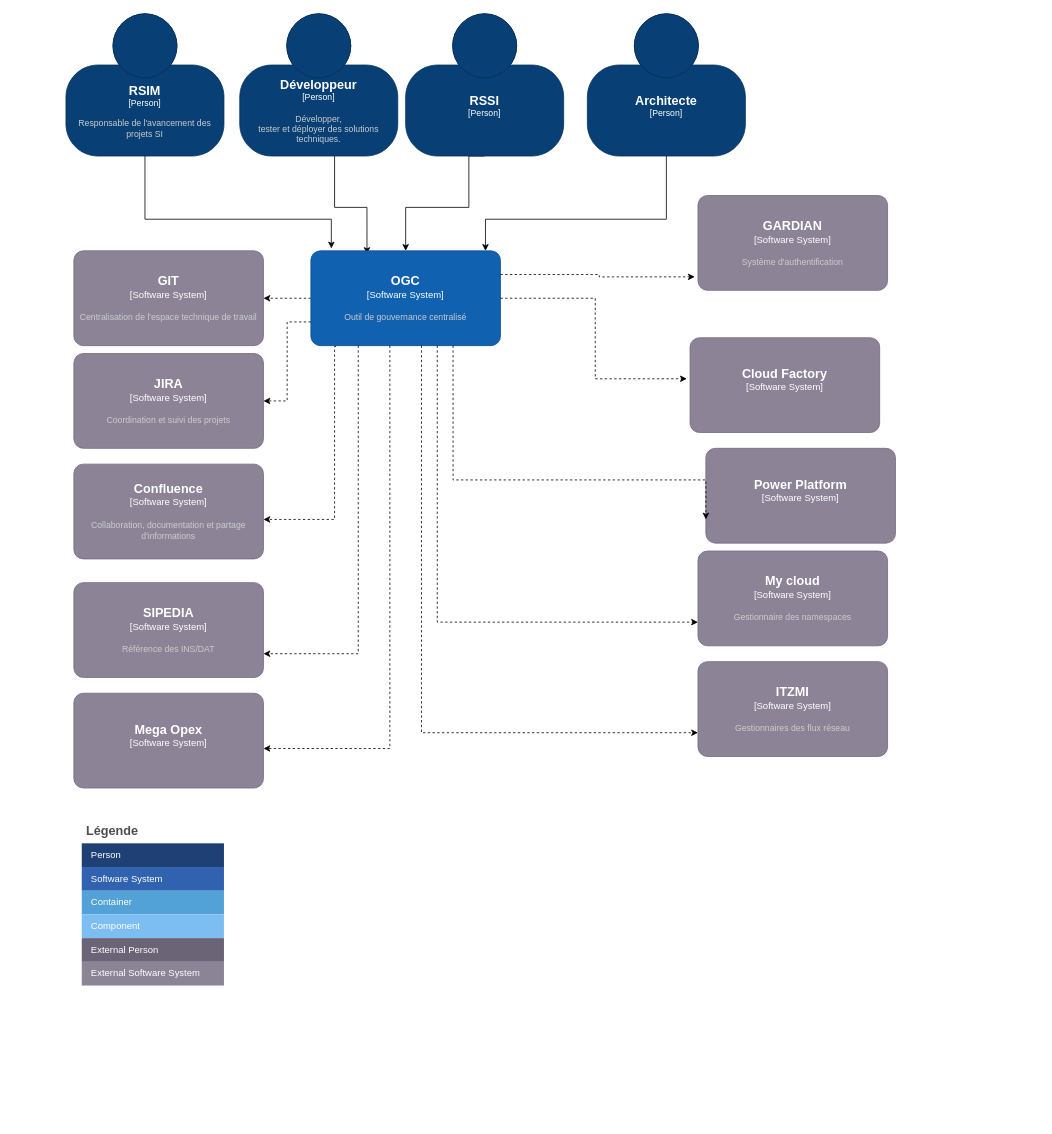
marwaSahli/c4-diagrams keeps this draw.io diagram as page "context" (2 of 3) of containers-diagram.drawio. Above is the earlier version. Source tidied: cells renumbered, new cells numbered last; positions are measured from the earlier drawing's top-left corner, leaving out a move shared by most shapes. Both pictures are drawn from the tidied source at 79%, with x=0, y=0 at pixel (66, 13).
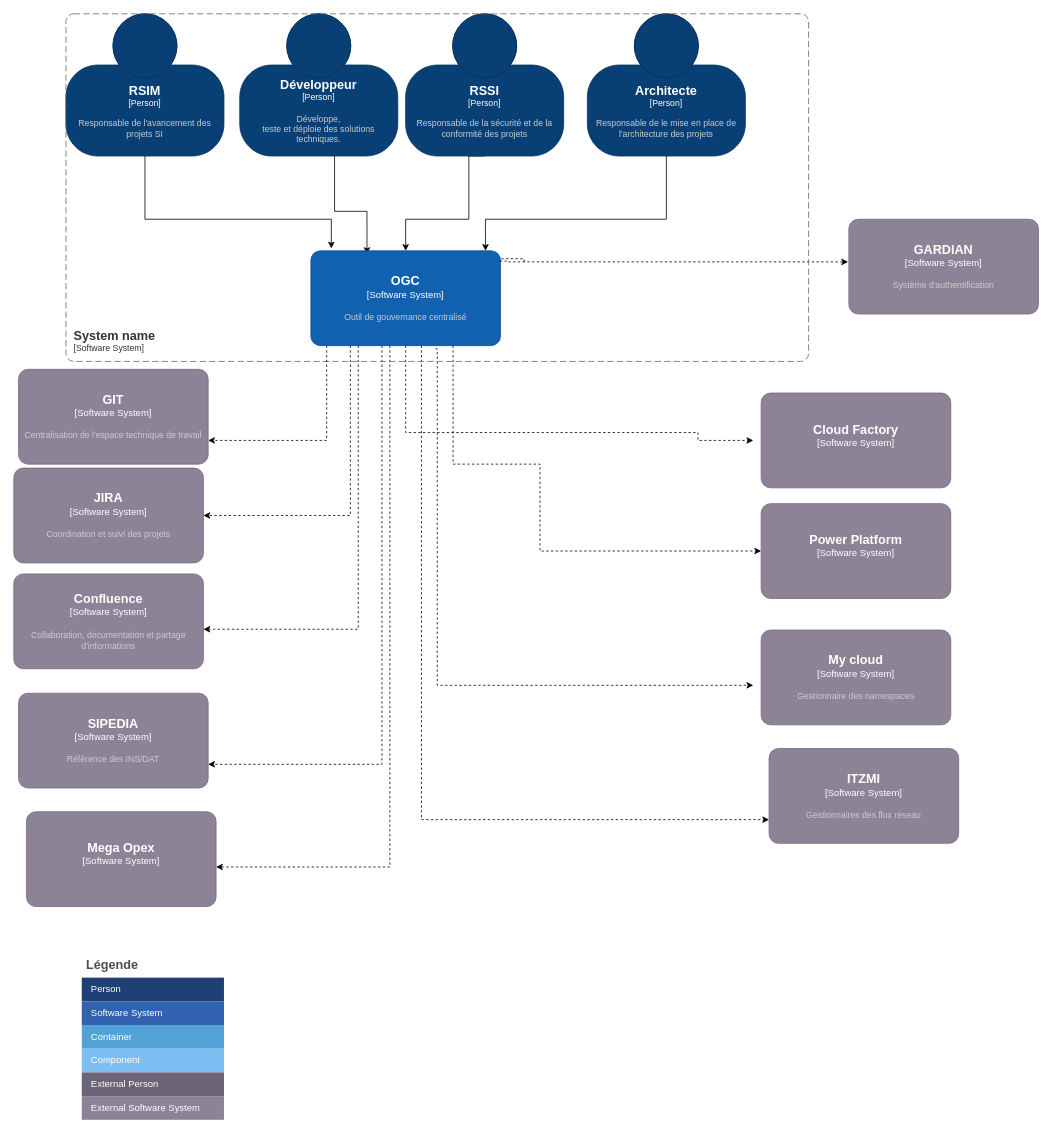
The same diagram, later.

The change refers to these unchanged cells:
```xml
<object id="9" label="&lt;font style=&quot;font-size: 16px&quot;&gt;&lt;b&gt;%c4Name%&lt;/b&gt;&lt;/font&gt;&lt;div&gt;[%c4Type%]&lt;/div&gt;&lt;br&gt;&lt;div&gt;&lt;font style=&quot;font-size: 11px&quot;&gt;&lt;font color=&quot;#cccccc&quot;&gt;%c4Description%&lt;/font&gt;&lt;/div&gt;" c4Description="Outil de gouvernance centralisé" c4Name="OGC" c4Type="Software System" placeholders="1">
  <mxCell style="rounded=1;whiteSpace=wrap;html=1;labelBackgroundColor=none;fillColor=#1061B0;fontColor=#ffffff;align=center;arcSize=10;strokeColor=#0D5091;points=[[0.25,0,0],[0.5,0,0],[0.75,0,0],[1,0.25,0],[1,0.5,0],[1,0.75,0],[0.75,1,0],[0.5,1,0],[0.25,1,0],[0,0.75,0],[0,0.5,0],[0,0.25,0]];" parent="1" vertex="1">
    <mxGeometry x="310" y="300" width="240" height="120" as="geometry" />
  </mxCell>
</object>
```

What changed in the source:
```diff
@@
     <mxCell id="3" style="edgeStyle=orthogonalEdgeStyle;rounded=0;jettySize=auto;html=1;entryX=0.296;entryY=0.033;entryDx=0;entryDy=0;entryPerimeter=0;" parent="1" edge="1" source="4" target="9">
       <mxGeometry relative="1" as="geometry">
         <Array as="points">
-          <mxPoint x="340" y="245" />
-          <mxPoint x="381" y="245" />
+          <mxPoint x="340" y="250" />
+          <mxPoint x="381" y="250" />
         </Array>
       </mxGeometry>
     </mxCell>
-    <object id="4" label="&lt;font style=&quot;font-size: 16px&quot;&gt;&lt;b&gt;%c4Name%&lt;/b&gt;&lt;/font&gt;&lt;div&gt;[%c4Type%]&lt;/div&gt;&lt;br&gt;&lt;div&gt;&lt;font style=&quot;font-size: 11px&quot;&gt;&lt;font color=&quot;#cccccc&quot;&gt;%c4Description%&lt;/font&gt;&lt;/div&gt;" c4Description="Développer, &#10;tester et déployer des solutions techniques." c4Name="Développeur" c4Type="Person" placeholders="1">
+    <object id="4" label="&lt;font style=&quot;font-size: 16px&quot;&gt;&lt;b&gt;%c4Name%&lt;/b&gt;&lt;/font&gt;&lt;div&gt;[%c4Type%]&lt;/div&gt;&lt;br&gt;&lt;div&gt;&lt;font style=&quot;font-size: 11px&quot;&gt;&lt;font color=&quot;#cccccc&quot;&gt;%c4Description%&lt;/font&gt;&lt;/div&gt;" c4Description="Développe, &#10;teste et déploie des solutions techniques." c4Name="Développeur" c4Type="Person" placeholders="1">
       <mxCell style="html=1;fontSize=11;dashed=0;whiteSpace=wrap;fillColor=#083F75;strokeColor=#06315C;fontColor=#ffffff;shape=mxgraph.c4.person2;align=center;points=[[0.5,0,0],[1,0.5,0],[1,0.75,0],[0.75,1,0],[0.5,1,0],[0.25,1,0],[0,0.75,0],[0,0.5,0]];" parent="1" vertex="1">
         <mxGeometry x="220" width="200" height="180" as="geometry" />
       </mxCell>
     </object>
     <mxCell id="5" style="edgeStyle=orthogonalEdgeStyle;rounded=0;jettySize=auto;html=1;exitX=0.5;exitY=1;exitDx=0;exitDy=0;exitPerimeter=0;" parent="1" edge="1" source="6" target="9">
       <mxGeometry relative="1" as="geometry">
         <Array as="points">
           <mxPoint x="510" y="180" />
-          <mxPoint x="510" y="245" />
-          <mxPoint x="430" y="245" />
+          <mxPoint x="510" y="260" />
+          <mxPoint x="430" y="260" />
         </Array>
       </mxGeometry>
     </mxCell>
-    <object id="6" label="&lt;font style=&quot;font-size: 16px&quot;&gt;&lt;b&gt;%c4Name%&lt;/b&gt;&lt;/font&gt;&lt;div&gt;[%c4Type%]&lt;/div&gt;&lt;br&gt;&lt;div&gt;&lt;font style=&quot;font-size: 11px&quot;&gt;&lt;font color=&quot;#cccccc&quot;&gt;%c4Description%&lt;/font&gt;&lt;/div&gt;" c4Description="" c4Name="RSSI" c4Type="Person" placeholders="1">
+    <object id="6" label="&lt;font style=&quot;font-size: 16px&quot;&gt;&lt;b&gt;%c4Name%&lt;/b&gt;&lt;/font&gt;&lt;div&gt;[%c4Type%]&lt;/div&gt;&lt;br&gt;&lt;div&gt;&lt;font style=&quot;font-size: 11px&quot;&gt;&lt;font color=&quot;#cccccc&quot;&gt;%c4Description%&lt;/font&gt;&lt;/div&gt;" c4Description="Responsable de la sécurité et de la conformité des projets" c4Name="RSSI" c4Type="Person" placeholders="1">
       <mxCell style="html=1;fontSize=11;dashed=0;whiteSpace=wrap;fillColor=#083F75;strokeColor=#06315C;fontColor=#ffffff;shape=mxgraph.c4.person2;align=center;points=[[0.5,0,0],[1,0.5,0],[1,0.75,0],[0.75,1,0],[0.5,1,0],[0.25,1,0],[0,0.75,0],[0,0.5,0]];" parent="1" vertex="1">
         <mxGeometry x="430" width="200" height="180" as="geometry" />
       </mxCell>
     </object>
-    <object id="7" label="&lt;font style=&quot;font-size: 16px&quot;&gt;&lt;b&gt;%c4Name%&lt;/b&gt;&lt;/font&gt;&lt;div&gt;[%c4Type%]&lt;/div&gt;&lt;br&gt;&lt;div&gt;&lt;font style=&quot;font-size: 11px&quot;&gt;&lt;font color=&quot;#cccccc&quot;&gt;%c4Description%&lt;/font&gt;&lt;/div&gt;" c4Description="" c4Name="Architecte" c4Type="Person" placeholders="1">
+    <object id="7" label="&lt;font style=&quot;font-size: 16px&quot;&gt;&lt;b&gt;%c4Name%&lt;/b&gt;&lt;/font&gt;&lt;div&gt;[%c4Type%]&lt;/div&gt;&lt;br&gt;&lt;div&gt;&lt;font style=&quot;font-size: 11px&quot;&gt;&lt;font color=&quot;#cccccc&quot;&gt;%c4Description%&lt;/font&gt;&lt;/div&gt;" c4Description="Responsable de le mise en place de l'architecture des projets" c4Name="Architecte" c4Type="Person" placeholders="1">
       <mxCell style="html=1;fontSize=11;dashed=0;whiteSpace=wrap;fillColor=#083F75;strokeColor=#06315C;fontColor=#ffffff;shape=mxgraph.c4.person2;align=center;points=[[0.5,0,0],[1,0.5,0],[1,0.75,0],[0.75,1,0],[0.5,1,0],[0.25,1,0],[0,0.75,0],[0,0.5,0]];" parent="1" vertex="1">
         <mxGeometry x="660" width="200" height="180" as="geometry" />
       </mxCell>
     </object>
-    <mxCell id="8" style="edgeStyle=orthogonalEdgeStyle;rounded=0;jettySize=auto;html=1;dashed=1;" parent="1" edge="1" source="9" target="11">
-      <mxGeometry relative="1" as="geometry" />
+    <mxCell id="8" style="edgeStyle=orthogonalEdgeStyle;rounded=0;jettySize=auto;html=1;dashed=1;" parent="1" edge="1" target="11">
+      <mxGeometry relative="1" as="geometry">
+        <mxPoint x="40" y="460" as="sourcePoint" />
+      </mxGeometry>
     </mxCell>
@@
     <object id="10" label="&lt;font style=&quot;font-size: 16px&quot;&gt;&lt;b&gt;%c4Name%&lt;/b&gt;&lt;/font&gt;&lt;div&gt;[%c4Type%]&lt;/div&gt;&lt;br&gt;&lt;div&gt;&lt;font style=&quot;font-size: 11px&quot;&gt;&lt;font color=&quot;#cccccc&quot;&gt;%c4Description%&lt;/font&gt;&lt;/div&gt;" c4Description="Système d'authentification" c4Name="GARDIAN" c4Type="Software System" placeholders="1">
       <mxCell style="rounded=1;whiteSpace=wrap;html=1;labelBackgroundColor=none;fillColor=#8C8496;fontColor=#ffffff;align=center;arcSize=10;strokeColor=#736782;points=[[0.25,0,0],[0.5,0,0],[0.75,0,0],[1,0.25,0],[1,0.5,0],[1,0.75,0],[0.75,1,0],[0.5,1,0],[0.25,1,0],[0,0.75,0],[0,0.5,0],[0,0.25,0]];" parent="1" vertex="1">
-        <mxGeometry x="800" y="230" width="240" height="120" as="geometry" />
+        <mxGeometry x="991" y="260" width="240" height="120" as="geometry" />
       </mxCell>
     </object>
     <object id="11" label="&lt;font style=&quot;font-size: 16px&quot;&gt;&lt;b&gt;%c4Name%&lt;/b&gt;&lt;/font&gt;&lt;div&gt;[%c4Type%]&lt;/div&gt;&lt;br&gt;&lt;div&gt;&lt;font style=&quot;font-size: 11px&quot;&gt;&lt;font color=&quot;#cccccc&quot;&gt;%c4Description%&lt;/font&gt;&lt;/div&gt;" c4Description="Centralisation de l'espace technique de travail" c4Name="GIT" c4Type="Software System" placeholders="1">
       <mxCell style="rounded=1;whiteSpace=wrap;html=1;labelBackgroundColor=none;fillColor=#8C8496;fontColor=#ffffff;align=center;arcSize=10;strokeColor=#736782;points=[[0.25,0,0],[0.5,0,0],[0.75,0,0],[1,0.25,0],[1,0.5,0],[1,0.75,0],[0.75,1,0],[0.5,1,0],[0.25,1,0],[0,0.75,0],[0,0.5,0],[0,0.25,0]];" parent="1" vertex="1">
-        <mxGeometry x="10" y="300" width="240" height="120" as="geometry" />
+        <mxGeometry x="-60" y="450" width="240" height="120" as="geometry" />
       </mxCell>
     </object>
     <object id="12" label="&lt;font style=&quot;font-size: 16px&quot;&gt;&lt;b&gt;%c4Name%&lt;/b&gt;&lt;/font&gt;&lt;div&gt;[%c4Type%]&lt;/div&gt;&lt;br&gt;&lt;div&gt;&lt;font style=&quot;font-size: 11px&quot;&gt;&lt;font color=&quot;#cccccc&quot;&gt;%c4Description%&lt;/font&gt;&lt;/div&gt;" c4Description="Coordination et suivi des projets" c4Name="JIRA" c4Type="Software System" placeholders="1">
       <mxCell style="rounded=1;whiteSpace=wrap;html=1;labelBackgroundColor=none;fillColor=#8C8496;fontColor=#ffffff;align=center;arcSize=10;strokeColor=#736782;points=[[0.25,0,0],[0.5,0,0],[0.75,0,0],[1,0.25,0],[1,0.5,0],[1,0.75,0],[0.75,1,0],[0.5,1,0],[0.25,1,0],[0,0.75,0],[0,0.5,0],[0,0.25,0]];" parent="1" vertex="1">
-        <mxGeometry x="10" y="430" width="240" height="120" as="geometry" />
+        <mxGeometry x="-66" y="575" width="240" height="120" as="geometry" />
       </mxCell>
     </object>
     <object id="13" label="&lt;font style=&quot;font-size: 16px&quot;&gt;&lt;b&gt;%c4Name%&lt;/b&gt;&lt;/font&gt;&lt;div&gt;[%c4Type%]&lt;/div&gt;&lt;br&gt;&lt;div&gt;&lt;font style=&quot;font-size: 11px&quot;&gt;&lt;font color=&quot;#cccccc&quot;&gt;%c4Description%&lt;/font&gt;&lt;/div&gt;" c4Description="Collaboration, documentation et partage d'informations" c4Name="Confluence" c4Type="Software System" placeholders="1">
       <mxCell style="rounded=1;whiteSpace=wrap;html=1;labelBackgroundColor=none;fillColor=#8C8496;fontColor=#ffffff;align=center;arcSize=10;strokeColor=#736782;" parent="1" vertex="1">
-        <mxGeometry x="10" y="570" width="240" height="120" as="geometry" />
+        <mxGeometry x="-66" y="709" width="240" height="120" as="geometry" />
       </mxCell>
     </object>
     <object id="14" label="&lt;font style=&quot;font-size: 16px&quot;&gt;&lt;b&gt;%c4Name%&lt;/b&gt;&lt;/font&gt;&lt;div&gt;[%c4Type%]&lt;/div&gt;&lt;br&gt;&lt;div&gt;&lt;font style=&quot;font-size: 11px&quot;&gt;&lt;font color=&quot;#cccccc&quot;&gt;%c4Description%&lt;/font&gt;&lt;/div&gt;" c4Description="Gestionnaire des namespaces" c4Name="My cloud" c4Type="Software System" placeholders="1">
       <mxCell style="rounded=1;whiteSpace=wrap;html=1;labelBackgroundColor=none;fillColor=#8C8496;fontColor=#ffffff;align=center;arcSize=10;strokeColor=#736782;points=[[0.25,0,0],[0.5,0,0],[0.75,0,0],[1,0.25,0],[1,0.5,0],[1,0.75,0],[0.75,1,0],[0.5,1,0],[0.25,1,0],[0,0.75,0],[0,0.5,0],[0,0.25,0]];" parent="1" vertex="1">
-        <mxGeometry x="800" y="680" width="240" height="120" as="geometry" />
+        <mxGeometry x="880" y="780" width="240" height="120" as="geometry" />
       </mxCell>
     </object>
     <object id="15" label="&lt;font style=&quot;font-size: 16px&quot;&gt;&lt;b&gt;%c4Name%&lt;/b&gt;&lt;/font&gt;&lt;div&gt;[%c4Type%]&lt;/div&gt;&lt;br&gt;&lt;div&gt;&lt;font style=&quot;font-size: 11px&quot;&gt;&lt;font color=&quot;#cccccc&quot;&gt;%c4Description%&lt;/font&gt;&lt;/div&gt;" c4Description="" c4Name="Cloud Factory" c4Type="Software System" placeholders="1">
       <mxCell style="rounded=1;whiteSpace=wrap;html=1;labelBackgroundColor=none;fillColor=#8C8496;fontColor=#ffffff;align=center;arcSize=10;strokeColor=#736782;points=[[0.25,0,0],[0.5,0,0],[0.75,0,0],[1,0.25,0],[1,0.5,0],[1,0.75,0],[0.75,1,0],[0.5,1,0],[0.25,1,0],[0,0.75,0],[0,0.5,0],[0,0.25,0]];" parent="1" vertex="1">
-        <mxGeometry x="790" y="410" width="240" height="120" as="geometry" />
+        <mxGeometry x="880" y="480" width="240" height="120" as="geometry" />
       </mxCell>
     </object>
     <object id="16" label="&lt;font style=&quot;font-size: 16px&quot;&gt;&lt;b&gt;%c4Name%&lt;/b&gt;&lt;/font&gt;&lt;div&gt;[%c4Type%]&lt;/div&gt;&lt;br&gt;&lt;div&gt;&lt;font style=&quot;font-size: 11px&quot;&gt;&lt;font color=&quot;#cccccc&quot;&gt;%c4Description%&lt;/font&gt;&lt;/div&gt;" c4Description="" c4Name="Power Platform" c4Type="Software System" placeholders="1">
       <mxCell style="rounded=1;whiteSpace=wrap;html=1;labelBackgroundColor=none;fillColor=#8C8496;fontColor=#ffffff;align=center;arcSize=10;strokeColor=#736782;points=[[0.25,0,0],[0.5,0,0],[0.75,0,0],[1,0.25,0],[1,0.5,0],[1,0.75,0],[0.75,1,0],[0.5,1,0],[0.25,1,0],[0,0.75,0],[0,0.5,0],[0,0.25,0]];" parent="1" vertex="1">
-        <mxGeometry x="810" y="550" width="240" height="120" as="geometry" />
+        <mxGeometry x="880" y="620" width="240" height="120" as="geometry" />
       </mxCell>
     </object>
     <object id="17" label="&lt;font style=&quot;font-size: 16px&quot;&gt;&lt;b&gt;%c4Name%&lt;/b&gt;&lt;/font&gt;&lt;div&gt;[%c4Type%]&lt;/div&gt;&lt;br&gt;&lt;div&gt;&lt;font style=&quot;font-size: 11px&quot;&gt;&lt;font color=&quot;#cccccc&quot;&gt;%c4Description%&lt;/font&gt;&lt;/div&gt;" c4Description="Référence des INS/DAT" c4Name="SIPEDIA" c4Type="Software System" placeholders="1">
       <mxCell style="rounded=1;whiteSpace=wrap;html=1;labelBackgroundColor=none;fillColor=#8C8496;fontColor=#ffffff;align=center;arcSize=10;strokeColor=#736782;points=[[0.25,0,0],[0.5,0,0],[0.75,0,0],[1,0.25,0],[1,0.5,0],[1,0.75,0],[0.75,1,0],[0.5,1,0],[0.25,1,0],[0,0.75,0],[0,0.5,0],[0,0.25,0]];" parent="1" vertex="1">
-        <mxGeometry x="10" y="720" width="240" height="120" as="geometry" />
+        <mxGeometry x="-60" y="860" width="240" height="120" as="geometry" />
       </mxCell>
     </object>
     <object id="18" label="&lt;font style=&quot;font-size: 16px&quot;&gt;&lt;b&gt;%c4Name%&lt;/b&gt;&lt;/font&gt;&lt;div&gt;[%c4Type%]&lt;/div&gt;&lt;br&gt;&lt;div&gt;&lt;font style=&quot;font-size: 11px&quot;&gt;&lt;font color=&quot;#cccccc&quot;&gt;%c4Description%&lt;/font&gt;&lt;/div&gt;" c4Description="" c4Name="Mega Opex" c4Type="Software System" placeholders="1">
       <mxCell style="rounded=1;whiteSpace=wrap;html=1;labelBackgroundColor=none;fillColor=#8C8496;fontColor=#ffffff;align=center;arcSize=10;strokeColor=#736782;points=[[0.25,0,0],[0.5,0,0],[0.75,0,0],[1,0.25,0],[1,0.5,0],[1,0.75,0],[0.75,1,0],[0.5,1,0],[0.25,1,0],[0,0.75,0],[0,0.5,0],[0,0.25,0]];" parent="1" vertex="1">
-        <mxGeometry x="10" y="860" width="240" height="120" as="geometry" />
+        <mxGeometry x="-50" y="1010" width="240" height="120" as="geometry" />
       </mxCell>
     </object>
     <object id="19" label="&lt;font style=&quot;font-size: 16px&quot;&gt;&lt;b&gt;%c4Name%&lt;/b&gt;&lt;/font&gt;&lt;div&gt;[%c4Type%]&lt;/div&gt;&lt;br&gt;&lt;div&gt;&lt;font style=&quot;font-size: 11px&quot;&gt;&lt;font color=&quot;#cccccc&quot;&gt;%c4Description%&lt;/font&gt;&lt;/div&gt;" c4Description="Gestionnaires des flux réseau" c4Name="ITZMI" c4Type="Software System" placeholders="1">
       <mxCell style="rounded=1;whiteSpace=wrap;html=1;labelBackgroundColor=none;fillColor=#8C8496;fontColor=#ffffff;align=center;arcSize=10;strokeColor=#736782;points=[[0.25,0,0],[0.5,0,0],[0.75,0,0],[1,0.25,0],[1,0.5,0],[1,0.75,0],[0.75,1,0],[0.5,1,0],[0.25,1,0],[0,0.75,0],[0,0.5,0],[0,0.25,0]];" parent="1" vertex="1">
-        <mxGeometry x="800" y="820" width="240" height="120" as="geometry" />
+        <mxGeometry x="890" y="930" width="240" height="120" as="geometry" />
       </mxCell>
     </object>
-    <mxCell id="20" style="edgeStyle=orthogonalEdgeStyle;rounded=0;jettySize=auto;html=1;exitX=1;exitY=0.25;exitDx=0;exitDy=0;exitPerimeter=0;entryX=-0.017;entryY=0.858;entryDx=0;entryDy=0;entryPerimeter=0;dashed=1;" parent="1" edge="1" source="9" target="10">
-      <mxGeometry relative="1" as="geometry" />
+    <mxCell id="20" style="edgeStyle=orthogonalEdgeStyle;rounded=0;orthogonalLoop=1;jettySize=auto;html=1;dashed=1;" parent="1" edge="1">
+      <mxGeometry relative="1" as="geometry">
+        <mxPoint x="580" y="314" as="sourcePoint" />
+        <mxPoint x="990" y="314" as="targetPoint" />
+        <Array as="points">
+          <mxPoint x="550" y="310" />
+          <mxPoint x="550" y="313" />
+          <mxPoint x="560" y="313" />
+          <mxPoint x="560" y="314" />
+        </Array>
+      </mxGeometry>
     </mxCell>
-    <mxCell id="21" style="edgeStyle=orthogonalEdgeStyle;rounded=0;jettySize=auto;html=1;entryX=-0.017;entryY=0.433;entryDx=0;entryDy=0;entryPerimeter=0;dashed=1;" parent="1" edge="1" source="9" target="15">
-      <mxGeometry relative="1" as="geometry" />
+    <mxCell id="21" style="edgeStyle=orthogonalEdgeStyle;rounded=0;jettySize=auto;html=1;dashed=1;" parent="1" edge="1" source="9">
+      <mxGeometry relative="1" as="geometry">
+        <mxPoint x="870" y="540" as="targetPoint" />
+        <Array as="points">
+          <mxPoint x="430" y="530" />
+          <mxPoint x="800" y="530" />
+          <mxPoint x="800" y="540" />
+        </Array>
+      </mxGeometry>
     </mxCell>
-    <mxCell id="22" style="edgeStyle=orthogonalEdgeStyle;rounded=0;jettySize=auto;html=1;entryX=1;entryY=0.75;entryDx=0;entryDy=0;entryPerimeter=0;dashed=1;" parent="1" edge="1" source="9" target="17">
+    <mxCell id="22" style="edgeStyle=orthogonalEdgeStyle;rounded=0;jettySize=auto;html=1;entryX=1;entryY=0.75;entryDx=0;entryDy=0;entryPerimeter=0;dashed=1;" parent="1" edge="1" target="17">
       <mxGeometry relative="1" as="geometry">
+        <mxPoint x="400" y="420" as="sourcePoint" />
         <Array as="points">
-          <mxPoint x="370" y="810" />
+          <mxPoint x="400" y="950" />
         </Array>
       </mxGeometry>
     </mxCell>
-    <mxCell id="23" style="edgeStyle=orthogonalEdgeStyle;rounded=0;jettySize=auto;html=1;exitX=0.75;exitY=1;exitDx=0;exitDy=0;exitPerimeter=0;entryX=0;entryY=0.75;entryDx=0;entryDy=0;entryPerimeter=0;dashed=1;" parent="1" edge="1" source="9" target="16">
+    <mxCell id="23" style="edgeStyle=orthogonalEdgeStyle;rounded=0;jettySize=auto;html=1;entryX=0;entryY=0.5;entryDx=0;entryDy=0;entryPerimeter=0;dashed=1;exitX=0.75;exitY=1;exitDx=0;exitDy=0;exitPerimeter=0;" parent="1" edge="1" source="9" target="16">
       <mxGeometry relative="1" as="geometry">
         <Array as="points">
-          <mxPoint x="490" y="590" />
-          <mxPoint x="810" y="590" />
+          <mxPoint x="490" y="570" />
+          <mxPoint x="600" y="570" />
+          <mxPoint x="600" y="680" />
         </Array>
       </mxGeometry>
     </mxCell>
-    <mxCell id="24" style="edgeStyle=orthogonalEdgeStyle;rounded=0;jettySize=auto;html=1;entryX=0;entryY=0.75;entryDx=0;entryDy=0;entryPerimeter=0;dashed=1;" parent="1" edge="1" source="9" target="14">
+    <mxCell id="24" style="edgeStyle=orthogonalEdgeStyle;rounded=0;jettySize=auto;html=1;dashed=1;exitX=0.658;exitY=1.033;exitDx=0;exitDy=0;exitPerimeter=0;" parent="1" edge="1" source="9">
       <mxGeometry relative="1" as="geometry">
+        <mxPoint x="870" y="850" as="targetPoint" />
         <Array as="points">
-          <mxPoint x="470" y="770" />
+          <mxPoint x="470" y="424" />
+          <mxPoint x="470" y="850" />
+          <mxPoint x="800" y="850" />
         </Array>
       </mxGeometry>
     </mxCell>
@@
     <mxCell id="26" value="Légende" style="shape=table;startSize=30;childLayout=tableLayout;fontSize=16;align=left;verticalAlign=top;fillColor=none;strokeColor=none;fontColor=#4D4D4D;fontStyle=1;spacingLeft=6;spacing=0;" parent="1" vertex="1">
-      <mxGeometry x="20" y="1020" width="180" height="210" as="geometry" />
+      <mxGeometry x="20" y="1190" width="180" height="210" as="geometry" />
     </mxCell>
@@
-    <mxCell id="39" style="edgeStyle=orthogonalEdgeStyle;rounded=0;jettySize=auto;html=1;exitX=0;exitY=0.75;exitDx=0;exitDy=0;exitPerimeter=0;entryX=1;entryY=0.5;entryDx=0;entryDy=0;entryPerimeter=0;dashed=1;" parent="1" edge="1" source="9" target="12">
-      <mxGeometry relative="1" as="geometry" />
+    <mxCell id="39" style="edgeStyle=orthogonalEdgeStyle;rounded=0;jettySize=auto;html=1;entryX=1;entryY=0.5;entryDx=0;entryDy=0;entryPerimeter=0;dashed=1;" parent="1" edge="1" target="12">
+      <mxGeometry relative="1" as="geometry">
+        <mxPoint x="360" y="420" as="sourcePoint" />
+        <Array as="points">
+          <mxPoint x="360" y="635" />
+        </Array>
+      </mxGeometry>
     </mxCell>
-    <mxCell id="40" style="edgeStyle=orthogonalEdgeStyle;rounded=0;jettySize=auto;html=1;entryX=1;entryY=0.833;entryDx=0;entryDy=0;entryPerimeter=0;dashed=1;exitX=0.133;exitY=1.008;exitDx=0;exitDy=0;exitPerimeter=0;" parent="1" edge="1" source="9">
+    <mxCell id="40" style="edgeStyle=orthogonalEdgeStyle;rounded=0;jettySize=auto;html=1;entryX=1;entryY=0.833;entryDx=0;entryDy=0;entryPerimeter=0;dashed=1;exitX=0.25;exitY=1;exitDx=0;exitDy=0;exitPerimeter=0;" parent="1" edge="1" source="9">
       <mxGeometry relative="1" as="geometry">
-        <mxPoint x="250" y="640" as="targetPoint" />
+        <mxPoint x="174" y="779" as="targetPoint" />
         <Array as="points">
-          <mxPoint x="340" y="421" />
-          <mxPoint x="340" y="640" />
+          <mxPoint x="370" y="779" />
         </Array>
       </mxGeometry>
     </mxCell>
     <mxCell id="41" style="edgeStyle=orthogonalEdgeStyle;rounded=0;jettySize=auto;html=1;entryX=1;entryY=0.583;entryDx=0;entryDy=0;entryPerimeter=0;dashed=1;" parent="1" edge="1" source="9" target="18">
       <mxGeometry relative="1" as="geometry">
         <Array as="points">
-          <mxPoint x="410" y="930" />
+          <mxPoint x="410" y="1080" />
         </Array>
       </mxGeometry>
     </mxCell>
     <mxCell id="42" style="edgeStyle=orthogonalEdgeStyle;rounded=0;jettySize=auto;html=1;entryX=0;entryY=0.75;entryDx=0;entryDy=0;entryPerimeter=0;dashed=1;" parent="1" edge="1" source="9" target="19">
       <mxGeometry relative="1" as="geometry">
         <Array as="points">
-          <mxPoint x="450" y="910" />
+          <mxPoint x="450" y="1020" />
         </Array>
       </mxGeometry>
     </mxCell>
@@
+    <object id="44" label="&lt;font style=&quot;font-size: 16px&quot;&gt;&lt;b&gt;&lt;div style=&quot;text-align: left&quot;&gt;%c4Name%&lt;/div&gt;&lt;/b&gt;&lt;/font&gt;&lt;div style=&quot;text-align: left&quot;&gt;[%c4Application%]&lt;/div&gt;" c4Application="Software System" c4Name="System name" placeholders="1">
+      <mxCell style="rounded=1;fontSize=11;whiteSpace=wrap;html=1;dashed=1;arcSize=20;fillColor=none;strokeColor=#666666;fontColor=#333333;labelBackgroundColor=none;align=left;verticalAlign=bottom;labelBorderColor=none;spacingTop=0;spacing=10;dashPattern=8 4;perimeter=rectanglePerimeter;noLabel=0;labelPadding=0;absoluteArcSize=1;" parent="1" vertex="1">
+        <mxGeometry width="940" height="440" as="geometry" />
+      </mxCell>
+    </object>
+    <mxCell id="45" style="edgeStyle=orthogonalEdgeStyle;rounded=0;jettySize=auto;html=1;entryX=1;entryY=0.75;entryDx=0;entryDy=0;entryPerimeter=0;dashed=1;" parent="1" edge="1" source="9" target="11">
+      <mxGeometry relative="1" as="geometry">
+        <Array as="points">
+          <mxPoint x="330" y="540" />
+        </Array>
+      </mxGeometry>
+    </mxCell>
```
